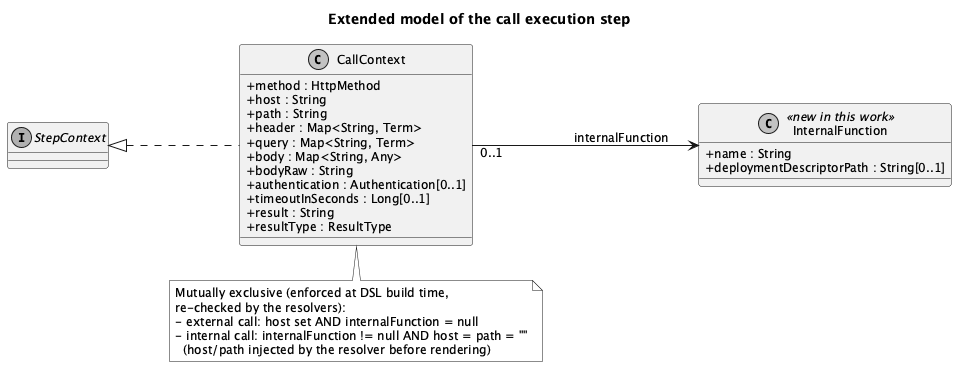
This is dissertation/images/dsl-extension/call-step-model.png from EngenheiroPedroCarvalho/ISEL-Thesis-2526, a PlantUML export, as it was before one commit.
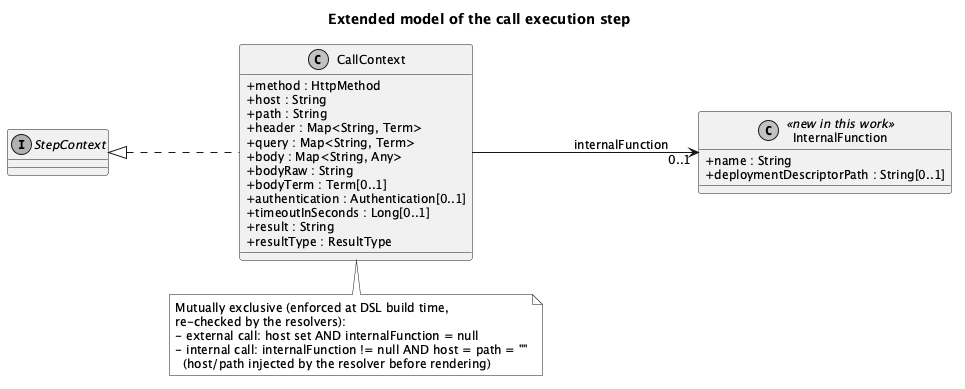
Later version of the same file.

The edit, as a diff of the source:
```diff
@@ -16,6 +16,7 @@
   +query : Map<String, Term>
   +body : Map<String, Any>
   +bodyRaw : String
+  +bodyTerm : Term[0..1]
   +authentication : Authentication[0..1]
   +timeoutInSeconds : Long[0..1]
   +result : String
@@ -28,7 +29,7 @@
 }
 
 StepContext <|.. CallContext
-CallContext "0..1" --> InternalFunction : internalFunction
+CallContext --> "0..1" InternalFunction : internalFunction
 
 note bottom of CallContext
   Mutually exclusive (enforced at DSL build time,
```
